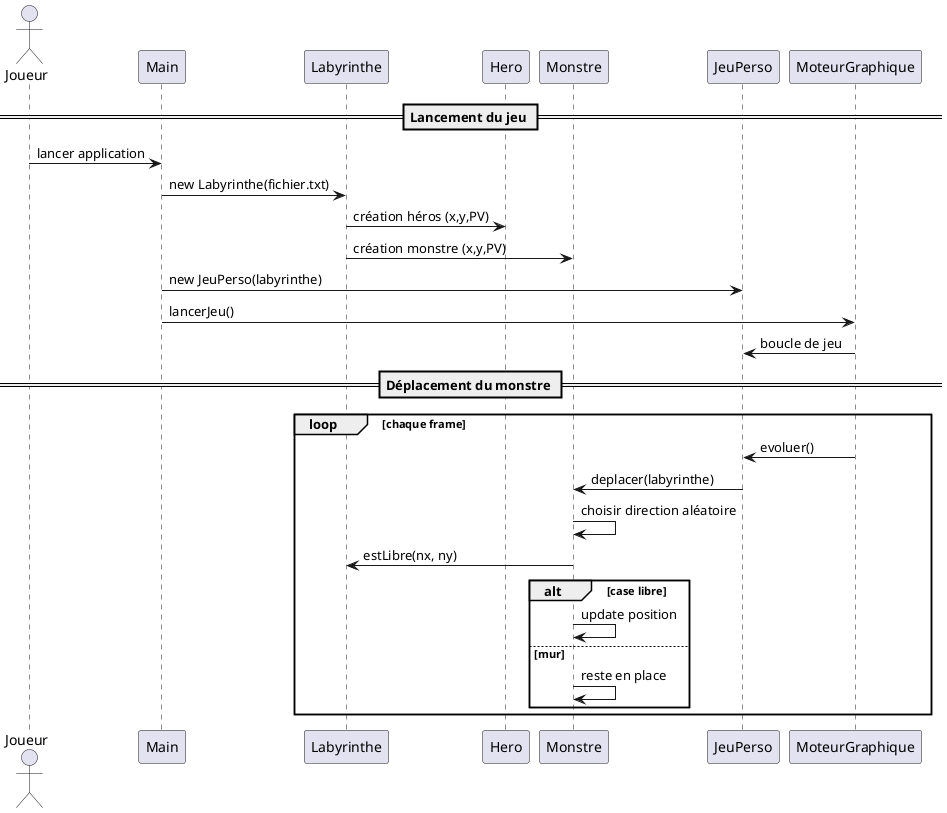
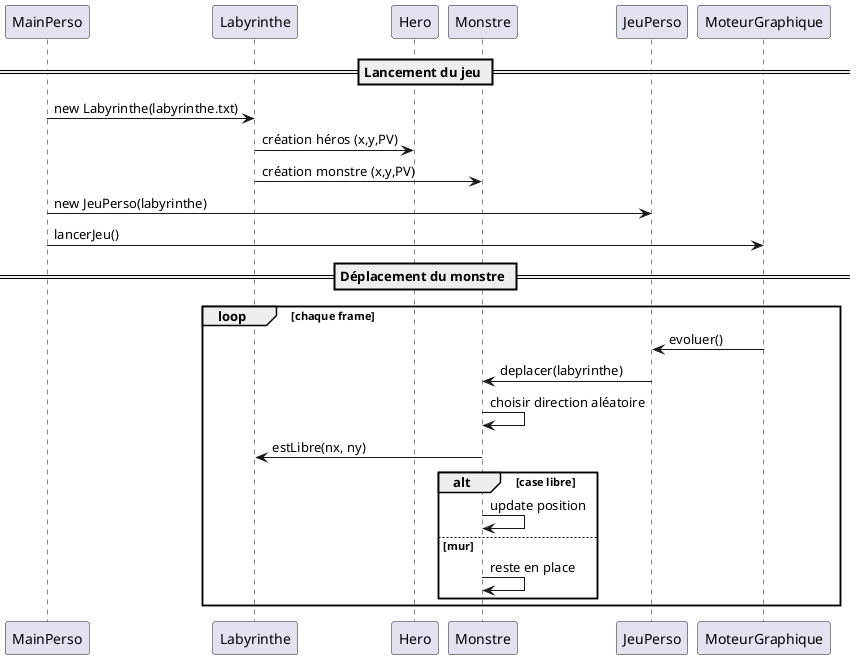
@startuml

- actor Joueur

- participant Main
+ 
+ participant MainPerso
participant Labyrinthe
participant Hero
participant Monstre
participant JeuPerso
participant MoteurGraphique

== Lancement du jeu ==

- Joueur -> Main : lancer application

- Main -> Labyrinthe : new Labyrinthe(fichier.txt)
+ 
+ MainPerso -> Labyrinthe : new Labyrinthe(labyrinthe.txt)

Labyrinthe -> Hero : création héros (x,y,PV)
Labyrinthe -> Monstre : création monstre (x,y,PV)

- Main -> JeuPerso : new JeuPerso(labyrinthe)
- Main -> MoteurGraphique : lancerJeu()
+ MainPerso -> JeuPerso : new JeuPerso(labyrinthe)
+ MainPerso -> MoteurGraphique : lancerJeu()

- MoteurGraphique -> JeuPerso : boucle de jeu
+ 

== Déplacement du monstre ==

loop chaque frame

    MoteurGraphique -> JeuPerso : evoluer()

    JeuPerso -> Monstre : deplacer(labyrinthe)

    Monstre -> Monstre : choisir direction aléatoire

    Monstre -> Labyrinthe : estLibre(nx, ny)

    alt case libre
        Monstre -> Monstre : update position
    else mur
        Monstre -> Monstre : reste en place
    end

end

@enduml